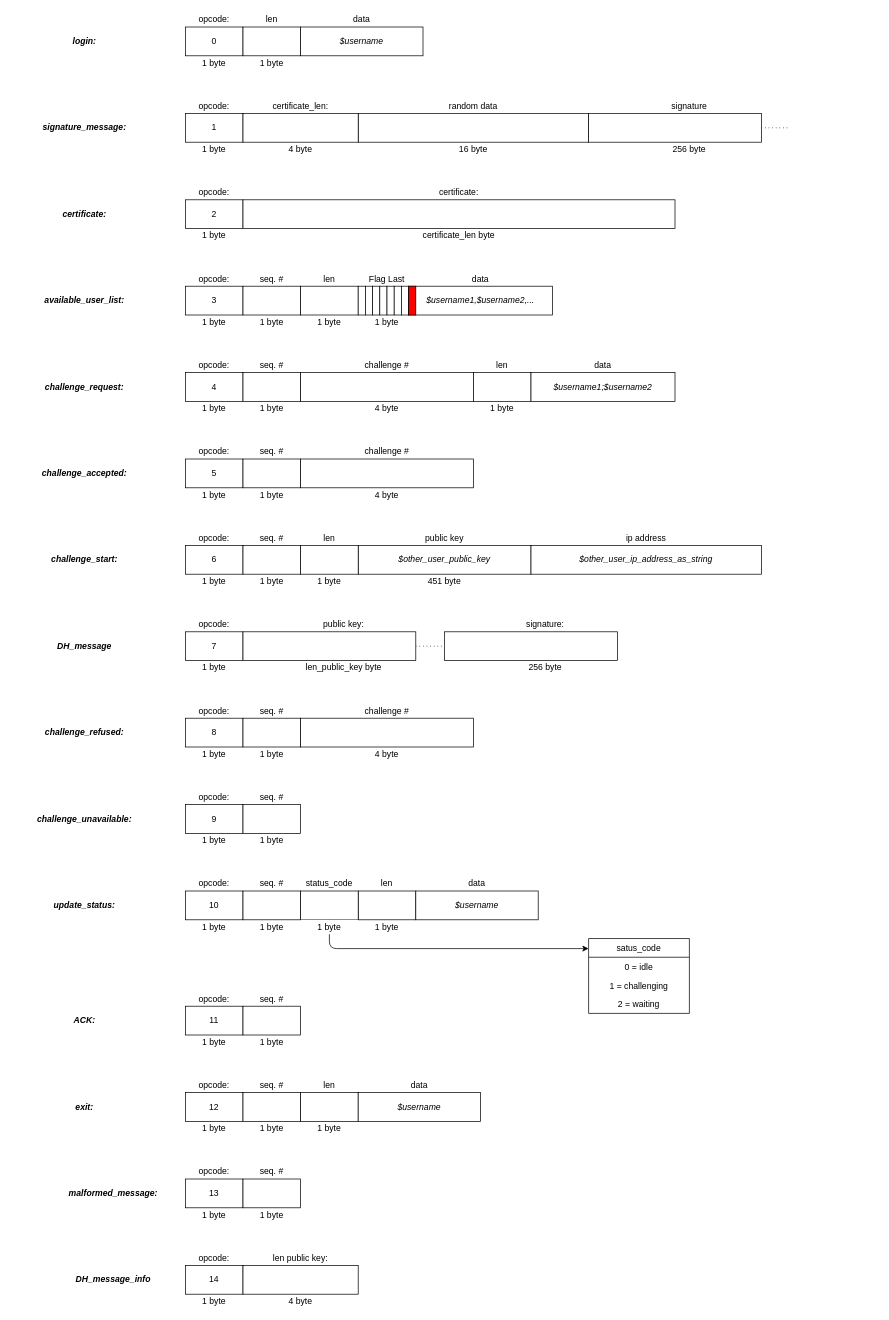
Before: docs/client_server_message_format.drawio in rafnocerino/Secure_4_inArow, a draw.io diagram. Source tidied: cells renumbered, new cells numbered last; positions are measured from the earlier drawing's top-left corner, leaving out a move shared by most shapes. Both pictures are drawn from the tidied source at 72%, with x=0, y=0 at pixel (12, 12).
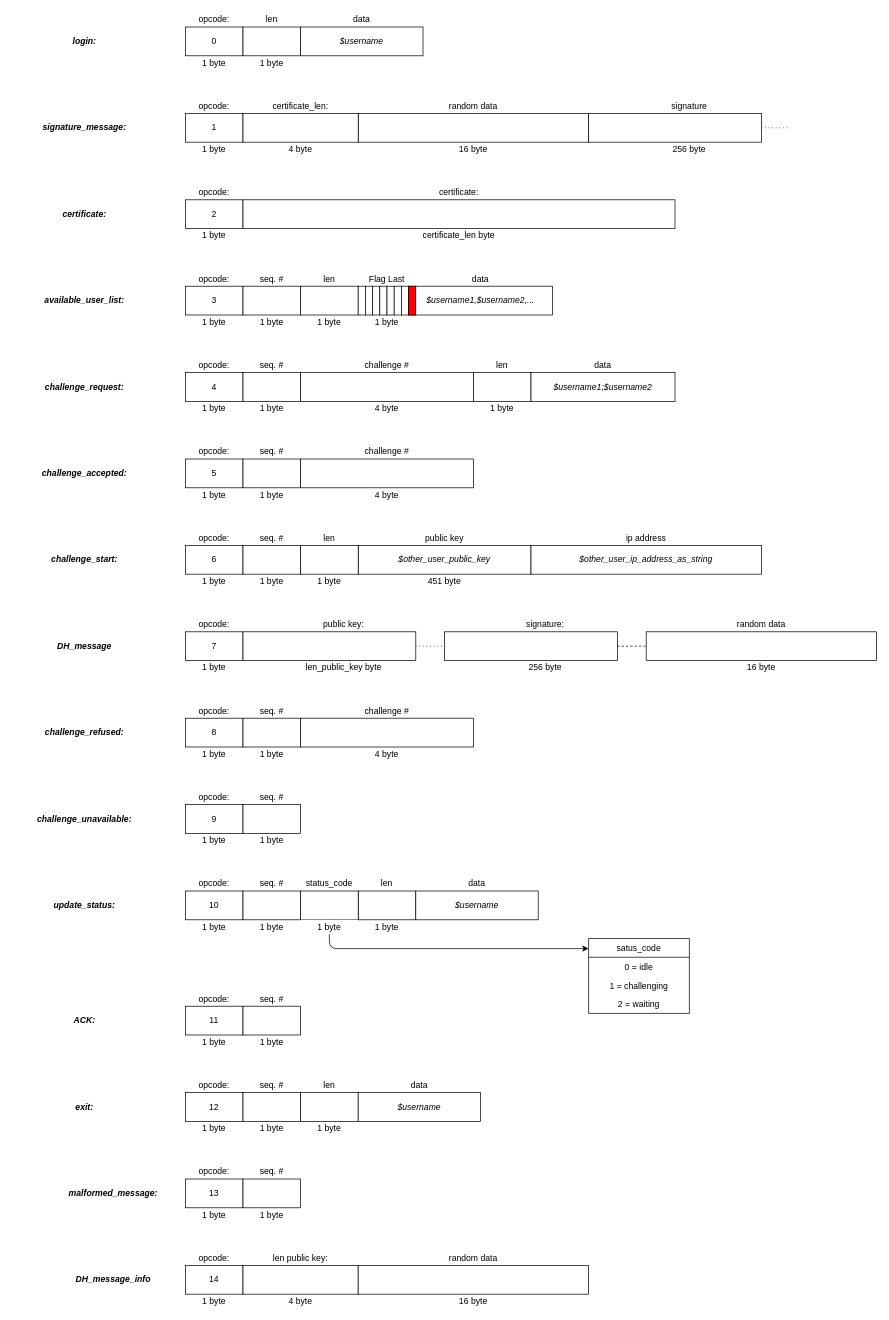
The same diagram, later.

Unchanged cells that the change refers to:
```xml
<mxCell id="165" style="rounded=0;whiteSpace=wrap;html=1;" parent="1" vertex="1">
  <mxGeometry x="600" y="860" width="240" height="40" as="geometry" />
</mxCell>
```

Change to the diagram source:
```diff
@@
+    <mxCell id="175" style="edgeStyle=orthogonalEdgeStyle;rounded=0;jettySize=auto;html=1;exitX=1;exitY=0.5;exitDx=0;exitDy=0;entryX=0;entryY=0.5;entryDx=0;entryDy=0;dashed=1;endArrow=none;endFill=0;" parent="1" edge="1" source="165" target="180">
+      <mxGeometry relative="1" as="geometry" />
+    </mxCell>
@@
+    <mxCell id="176" value="random data" style="text;html=1;strokeColor=none;fillColor=none;align=center;verticalAlign=middle;whiteSpace=wrap;rounded=0;" parent="1" vertex="1">
+      <mxGeometry x="480" y="1720" width="320" height="20" as="geometry" />
+    </mxCell>
+    <mxCell id="177" style="rounded=0;whiteSpace=wrap;html=1;" parent="1" vertex="1">
+      <mxGeometry x="480" y="1740" width="320" height="40" as="geometry" />
+    </mxCell>
+    <mxCell id="178" value="16 byte" style="text;html=1;strokeColor=none;fillColor=none;align=center;verticalAlign=middle;whiteSpace=wrap;rounded=0;" parent="1" vertex="1">
+      <mxGeometry x="480" y="1780" width="320" height="20" as="geometry" />
+    </mxCell>
+    <mxCell id="179" value="random data" style="text;html=1;strokeColor=none;fillColor=none;align=center;verticalAlign=middle;whiteSpace=wrap;rounded=0;" parent="1" vertex="1">
+      <mxGeometry x="880" y="840" width="320" height="20" as="geometry" />
+    </mxCell>
+    <mxCell id="180" style="rounded=0;whiteSpace=wrap;html=1;" parent="1" vertex="1">
+      <mxGeometry x="880" y="860" width="320" height="40" as="geometry" />
+    </mxCell>
+    <mxCell id="181" value="16 byte" style="text;html=1;strokeColor=none;fillColor=none;align=center;verticalAlign=middle;whiteSpace=wrap;rounded=0;" parent="1" vertex="1">
+      <mxGeometry x="880" y="900" width="320" height="20" as="geometry" />
+    </mxCell>
```
